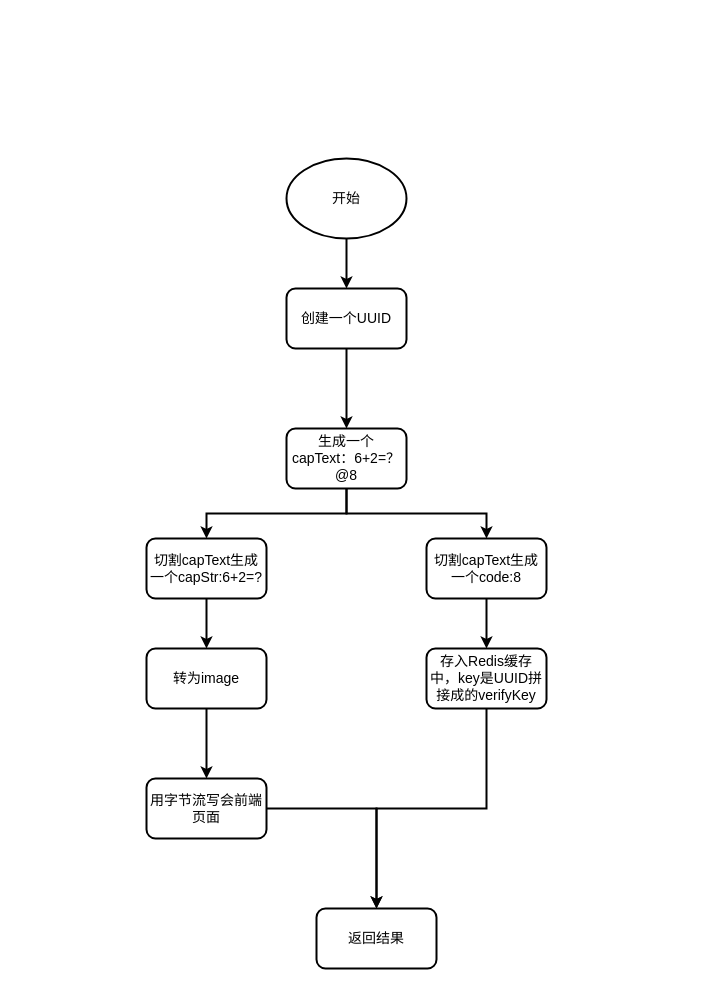
Earlier version of the draw.io diagram study_workplace/CRM/验证码业务逻辑图.drawio (guoxinchen2g/HelloWrold). Source tidied: cells renumbered, new cells numbered last; positions are measured from the earlier drawing's top-left corner, leaving out a move shared by most shapes. Both pictures are drawn from the tidied source at 100%, with x=0, y=0 at pixel (146, 158).
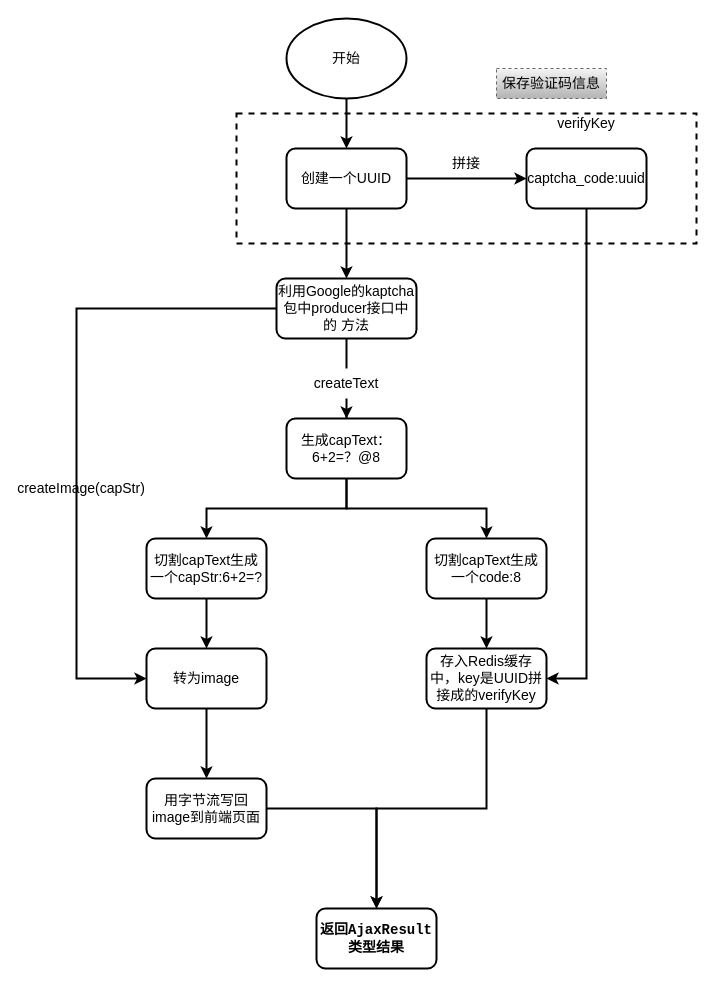
The same page after the edit.

Commit message:
更新验证码业务逻辑图.drawio

Unchanged cells that the change refers to:
```xml
<mxCell id="14" value="转为image" style="rounded=1;whiteSpace=wrap;html=1;fontSize=14;strokeWidth=2;" parent="1" vertex="1">
  <mxGeometry y="490" width="120" height="60" as="geometry" />
</mxCell>
```

Change to the diagram source:
```diff
@@
+    <mxCell id="20" style="rounded=0;whiteSpace=wrap;html=1;dashed=1;fontSize=14;fontColor=#000000;strokeWidth=2;fillColor=none;gradientColor=none;" parent="1" vertex="1">
+      <mxGeometry x="90" y="-45" width="460" height="130" as="geometry" />
+    </mxCell>
-    <mxCell id="2" style="edgeStyle=orthogonalEdgeStyle;rounded=0;jettySize=auto;html=1;entryX=0.5;entryY=0;entryDx=0;entryDy=0;fontSize=14;strokeWidth=2;" parent="1" edge="1" source="3" target="5">
+    <mxCell id="2" style="edgeStyle=orthogonalEdgeStyle;rounded=0;jettySize=auto;html=1;entryX=0.5;entryY=0;entryDx=0;entryDy=0;fontSize=14;strokeWidth=2;exitX=0.5;exitY=1;exitDx=0;exitDy=0;" parent="1" edge="1" source="3" target="5">
       <mxGeometry relative="1" as="geometry" />
     </mxCell>
     <mxCell id="3" value="&lt;font style=&quot;font-size: 14px;&quot;&gt;开始&lt;/font&gt;" style="ellipse;whiteSpace=wrap;html=1;strokeWidth=2;" parent="1" vertex="1">
-      <mxGeometry x="140" width="120" height="80" as="geometry" />
+      <mxGeometry x="140" y="-140" width="120" height="80" as="geometry" />
     </mxCell>
-    <mxCell id="4" style="edgeStyle=orthogonalEdgeStyle;rounded=0;jettySize=auto;html=1;entryX=0.5;entryY=0;entryDx=0;entryDy=0;fontSize=14;strokeWidth=2;" parent="1" edge="1" source="5" target="8">
+    <mxCell id="4" style="edgeStyle=orthogonalEdgeStyle;rounded=0;jettySize=auto;html=1;fontSize=14;strokeWidth=2;entryX=0.5;entryY=0;entryDx=0;entryDy=0;" parent="1" edge="1" source="5" target="24">
       <mxGeometry relative="1" as="geometry" />
     </mxCell>
+    <mxCell id="21" style="edgeStyle=orthogonalEdgeStyle;rounded=0;jettySize=auto;html=1;entryX=0;entryY=0.5;entryDx=0;entryDy=0;fontSize=14;fontColor=#000000;strokeWidth=2;" parent="1" edge="1" source="5" target="29">
+      <mxGeometry relative="1" as="geometry" />
+    </mxCell>
     <mxCell id="5" value="创建一个UUID" style="rounded=1;whiteSpace=wrap;html=1;fontSize=14;strokeWidth=2;" parent="1" vertex="1">
-      <mxGeometry x="140" y="130" width="120" height="60" as="geometry" />
+      <mxGeometry x="140" y="-10" width="120" height="60" as="geometry" />
     </mxCell>
@@
-    <mxCell id="8" value="生成一个capText：6+2=？@8" style="rounded=1;whiteSpace=wrap;html=1;fontSize=14;strokeWidth=2;" parent="1" vertex="1">
-      <mxGeometry x="140" y="270" width="120" height="60" as="geometry" />
+    <mxCell id="8" value="生成capText：6+2=？@8" style="rounded=1;whiteSpace=wrap;html=1;fontSize=14;strokeWidth=2;" parent="1" vertex="1">
+      <mxGeometry x="140" y="260" width="120" height="60" as="geometry" />
     </mxCell>
@@
-    <mxCell id="16" value="用字节流写会前端页面" style="rounded=1;whiteSpace=wrap;html=1;fontSize=14;strokeWidth=2;" parent="1" vertex="1">
+    <mxCell id="16" value="用字节流写回image到前端页面" style="rounded=1;whiteSpace=wrap;html=1;fontSize=14;strokeWidth=2;" parent="1" vertex="1">
       <mxGeometry y="620" width="120" height="60" as="geometry" />
     </mxCell>
@@
-    <mxCell id="19" value="返回结果" style="rounded=1;whiteSpace=wrap;html=1;fontSize=14;strokeWidth=2;" parent="1" vertex="1">
+    <mxCell id="19" value="&lt;b&gt;返回&lt;span style=&quot;background-color: rgb(255, 255, 255); font-family: &amp;quot;JetBrains Mono&amp;quot;, monospace;&quot;&gt;&lt;font style=&quot;font-size: 14px;&quot;&gt;AjaxResult类型&lt;/font&gt;&lt;/span&gt;&lt;span style=&quot;background-color: initial;&quot;&gt;结果&lt;/span&gt;&lt;/b&gt;" style="rounded=1;whiteSpace=wrap;html=1;fontSize=14;strokeWidth=2;" parent="1" vertex="1">
       <mxGeometry x="170" y="750" width="120" height="60" as="geometry" />
     </mxCell>
+    <mxCell id="22" style="edgeStyle=orthogonalEdgeStyle;rounded=0;jettySize=auto;html=1;entryX=0.5;entryY=0;entryDx=0;entryDy=0;strokeWidth=2;startArrow=none;" parent="1" edge="1" source="25" target="8">
+      <mxGeometry relative="1" as="geometry" />
+    </mxCell>
+    <mxCell id="23" style="edgeStyle=orthogonalEdgeStyle;rounded=0;jettySize=auto;html=1;entryX=0;entryY=0.5;entryDx=0;entryDy=0;fontSize=14;strokeWidth=2;startArrow=none;exitX=0;exitY=0.5;exitDx=0;exitDy=0;" parent="1" edge="1" source="24" target="14">
+      <mxGeometry relative="1" as="geometry">
+        <Array as="points">
+          <mxPoint x="-70" y="150" />
+          <mxPoint x="-70" y="520" />
+        </Array>
+      </mxGeometry>
+    </mxCell>
+    <mxCell id="24" value="&lt;font style=&quot;font-size: 14px;&quot;&gt;利用Google的kaptcha包中producer接口中的 方法&lt;/font&gt;" style="rounded=1;whiteSpace=wrap;html=1;strokeWidth=2;" parent="1" vertex="1">
+      <mxGeometry x="130" y="120" width="140" height="60" as="geometry" />
+    </mxCell>
+    <mxCell id="25" value="createText" style="text;html=1;strokeColor=none;fillColor=none;align=center;verticalAlign=middle;whiteSpace=wrap;rounded=0;fontSize=14;" parent="1" vertex="1">
+      <mxGeometry x="170" y="210" width="60" height="30" as="geometry" />
+    </mxCell>
+    <mxCell id="26" style="edgeStyle=orthogonalEdgeStyle;rounded=0;jettySize=auto;html=1;entryX=0.5;entryY=0;entryDx=0;entryDy=0;strokeWidth=2;endArrow=none;" parent="1" edge="1" source="24" target="25">
+      <mxGeometry relative="1" as="geometry" />
+    </mxCell>
+    <mxCell id="27" value="createImage(capStr)" style="text;html=1;strokeColor=none;fillColor=none;align=center;verticalAlign=middle;whiteSpace=wrap;rounded=0;fontSize=14;" parent="1" vertex="1">
+      <mxGeometry x="-100" y="310" width="70" height="40" as="geometry" />
+    </mxCell>
+    <mxCell id="28" style="edgeStyle=orthogonalEdgeStyle;rounded=0;jettySize=auto;html=1;fontSize=14;fontColor=#000000;strokeWidth=2;" parent="1" edge="1" source="29">
+      <mxGeometry relative="1" as="geometry">
+        <mxPoint x="400" y="520" as="targetPoint" />
+        <Array as="points">
+          <mxPoint x="440" y="520" />
+          <mxPoint x="400" y="520" />
+        </Array>
+      </mxGeometry>
+    </mxCell>
+    <mxCell id="29" value="captcha_code:uuid" style="rounded=1;whiteSpace=wrap;html=1;fontSize=14;fontColor=#000000;strokeWidth=2;" parent="1" vertex="1">
+      <mxGeometry x="380" y="-10" width="120" height="60" as="geometry" />
+    </mxCell>
+    <mxCell id="30" value="verifyKey" style="text;html=1;strokeColor=none;fillColor=none;align=center;verticalAlign=middle;whiteSpace=wrap;rounded=0;fontSize=14;fontColor=#000000;" parent="1" vertex="1">
+      <mxGeometry x="410" y="-50" width="60" height="30" as="geometry" />
+    </mxCell>
+    <mxCell id="31" value="拼接" style="text;html=1;strokeColor=none;fillColor=none;align=center;verticalAlign=middle;whiteSpace=wrap;rounded=0;fontSize=14;fontColor=#000000;" parent="1" vertex="1">
+      <mxGeometry x="290" y="-10" width="60" height="30" as="geometry" />
+    </mxCell>
+    <mxCell id="32" value="保存验证码信息" style="text;html=1;strokeColor=#666666;fillColor=#f5f5f5;align=center;verticalAlign=middle;whiteSpace=wrap;rounded=0;dashed=1;fontSize=14;gradientColor=#b3b3b3;" parent="1" vertex="1">
+      <mxGeometry x="350" y="-90" width="110" height="30" as="geometry" />
+    </mxCell>
```
